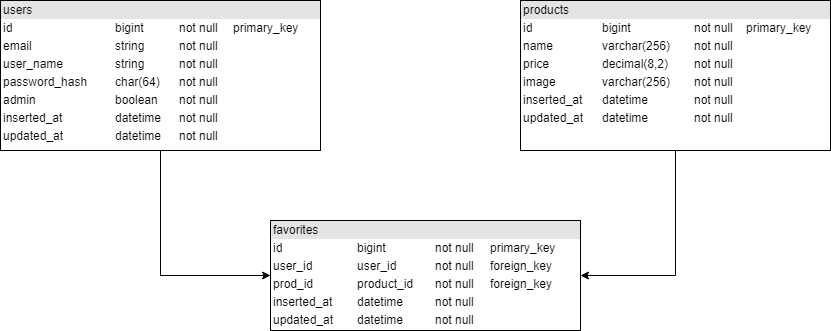
The draw.io diagram Task DB.png in FrozenCrash/Task, before a commit. Source tidied: cells renumbered, new cells last; positions are measured from the earlier drawing's top-left corner, leaving out a move shared by most shapes.
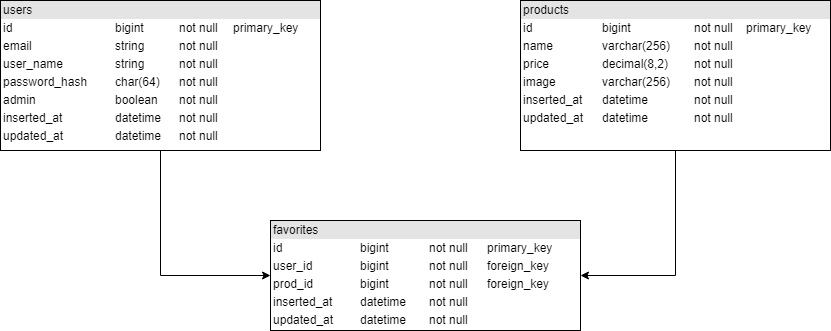
Above is the later version.

The edit, as a diff of the source:
```diff
@@ -14,7 +14,7 @@
     <mxCell id="5" value="&lt;div style=&quot;box-sizing: border-box ; width: 100% ; background: #e4e4e4 ; padding: 2px&quot;&gt;products&lt;/div&gt;&lt;table style=&quot;width: 100% ; font-size: 1em&quot; cellpadding=&quot;2&quot; cellspacing=&quot;0&quot;&gt;&lt;tbody&gt;&lt;tr&gt;&lt;td&gt;id&lt;/td&gt;&lt;td&gt;bigint&lt;/td&gt;&lt;td&gt;not null&lt;/td&gt;&lt;td&gt;primary_key&lt;/td&gt;&lt;/tr&gt;&lt;tr&gt;&lt;td&gt;name&lt;/td&gt;&lt;td&gt;varchar(256)&amp;nbsp;&lt;br&gt;&lt;/td&gt;&lt;td&gt;not null&lt;br&gt;&lt;/td&gt;&lt;td&gt;&lt;br&gt;&lt;/td&gt;&lt;/tr&gt;&lt;tr&gt;&lt;td&gt;price&lt;/td&gt;&lt;td&gt;decimal(8,2)&lt;br&gt;&lt;/td&gt;&lt;td&gt;not null&lt;br&gt;&lt;/td&gt;&lt;td&gt;&lt;br&gt;&lt;/td&gt;&lt;/tr&gt;&lt;tr&gt;&lt;td&gt;image&lt;/td&gt;&lt;td&gt;varchar(256)&lt;/td&gt;&lt;td&gt;not null&lt;/td&gt;&lt;td&gt;&lt;br&gt;&lt;/td&gt;&lt;/tr&gt;&lt;tr&gt;&lt;td&gt;inserted_at&lt;/td&gt;&lt;td&gt;datetime&lt;/td&gt;&lt;td&gt;not null&lt;/td&gt;&lt;td&gt;&lt;br&gt;&lt;/td&gt;&lt;/tr&gt;&lt;tr&gt;&lt;td&gt;updated_at&lt;/td&gt;&lt;td&gt;datetime&lt;/td&gt;&lt;td&gt;not null&lt;/td&gt;&lt;td&gt;&lt;br&gt;&lt;/td&gt;&lt;/tr&gt;&lt;/tbody&gt;&lt;/table&gt;" style="verticalAlign=top;align=left;overflow=fill;html=1;rounded=0;glass=0;fillColor=none;" parent="1" vertex="1">
       <mxGeometry x="520" width="310" height="150" as="geometry" />
     </mxCell>
-    <mxCell id="6" value="&lt;div style=&quot;box-sizing: border-box ; width: 100% ; background: #e4e4e4 ; padding: 2px&quot;&gt;favorites&lt;/div&gt;&lt;table style=&quot;width: 100% ; font-size: 1em&quot; cellpadding=&quot;2&quot; cellspacing=&quot;0&quot;&gt;&lt;tbody&gt;&lt;tr&gt;&lt;td&gt;id&lt;/td&gt;&lt;td&gt;bigint&lt;/td&gt;&lt;td&gt;not null&lt;/td&gt;&lt;td&gt;primary_key&lt;/td&gt;&lt;/tr&gt;&lt;tr&gt;&lt;td&gt;user_id&lt;/td&gt;&lt;td&gt;user_id&lt;/td&gt;&lt;td&gt;not null&lt;br&gt;&lt;/td&gt;&lt;td&gt;foreign_key&lt;/td&gt;&lt;/tr&gt;&lt;tr&gt;&lt;td&gt;prod_id&lt;/td&gt;&lt;td&gt;product_id&lt;/td&gt;&lt;td&gt;not null&lt;br&gt;&lt;/td&gt;&lt;td&gt;foreign_key&lt;/td&gt;&lt;/tr&gt;&lt;tr&gt;&lt;td&gt;inserted_at&lt;/td&gt;&lt;td&gt;datetime&lt;/td&gt;&lt;td&gt;not null&lt;/td&gt;&lt;td&gt;&lt;br&gt;&lt;/td&gt;&lt;/tr&gt;&lt;tr&gt;&lt;td&gt;updated_at&lt;/td&gt;&lt;td&gt;datetime&lt;/td&gt;&lt;td&gt;not null&lt;/td&gt;&lt;td&gt;&lt;br&gt;&lt;/td&gt;&lt;/tr&gt;&lt;/tbody&gt;&lt;/table&gt;" style="verticalAlign=top;align=left;overflow=fill;html=1;rounded=0;glass=0;fillColor=none;" parent="1" vertex="1">
+    <mxCell id="6" value="&lt;div style=&quot;box-sizing: border-box ; width: 100% ; background: #e4e4e4 ; padding: 2px&quot;&gt;favorites&lt;/div&gt;&lt;table style=&quot;width: 100% ; font-size: 1em&quot; cellpadding=&quot;2&quot; cellspacing=&quot;0&quot;&gt;&lt;tbody&gt;&lt;tr&gt;&lt;td&gt;id&lt;/td&gt;&lt;td&gt;bigint&lt;/td&gt;&lt;td&gt;not null&lt;/td&gt;&lt;td&gt;primary_key&lt;/td&gt;&lt;/tr&gt;&lt;tr&gt;&lt;td&gt;user_id&lt;/td&gt;&lt;td&gt;bigint&lt;/td&gt;&lt;td&gt;not null&lt;br&gt;&lt;/td&gt;&lt;td&gt;foreign_key&lt;/td&gt;&lt;/tr&gt;&lt;tr&gt;&lt;td&gt;prod_id&lt;/td&gt;&lt;td&gt;bigint&lt;/td&gt;&lt;td&gt;not null&lt;br&gt;&lt;/td&gt;&lt;td&gt;foreign_key&lt;/td&gt;&lt;/tr&gt;&lt;tr&gt;&lt;td&gt;inserted_at&lt;/td&gt;&lt;td&gt;datetime&lt;/td&gt;&lt;td&gt;not null&lt;/td&gt;&lt;td&gt;&lt;br&gt;&lt;/td&gt;&lt;/tr&gt;&lt;tr&gt;&lt;td&gt;updated_at&lt;/td&gt;&lt;td&gt;datetime&lt;/td&gt;&lt;td&gt;not null&lt;/td&gt;&lt;td&gt;&lt;br&gt;&lt;/td&gt;&lt;/tr&gt;&lt;/tbody&gt;&lt;/table&gt;" style="verticalAlign=top;align=left;overflow=fill;html=1;rounded=0;glass=0;fillColor=none;" parent="1" vertex="1">
       <mxGeometry x="270" y="220" width="310" height="110" as="geometry" />
     </mxCell>
   </root>
```
